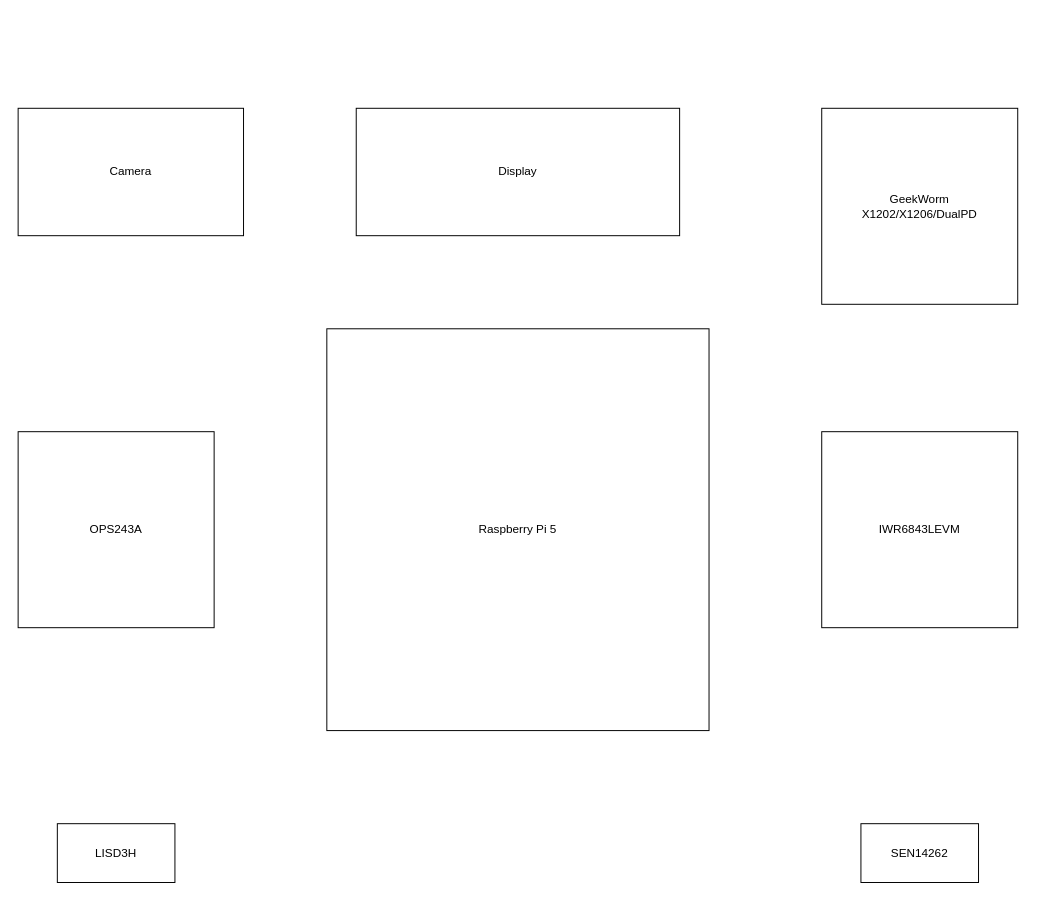
Above: docs/OpenFlight_Block_Diagram.drawio in Robinante/OpenFlight-Radar-Workbench (draw.io), before the change. Source tidied: cells renumbered, new cells numbered last; positions are measured from the earlier drawing's top-left corner, leaving out a move shared by most shapes. Both pictures are drawn from the tidied source at 98%, with x=0, y=0 at pixel (18, 108).
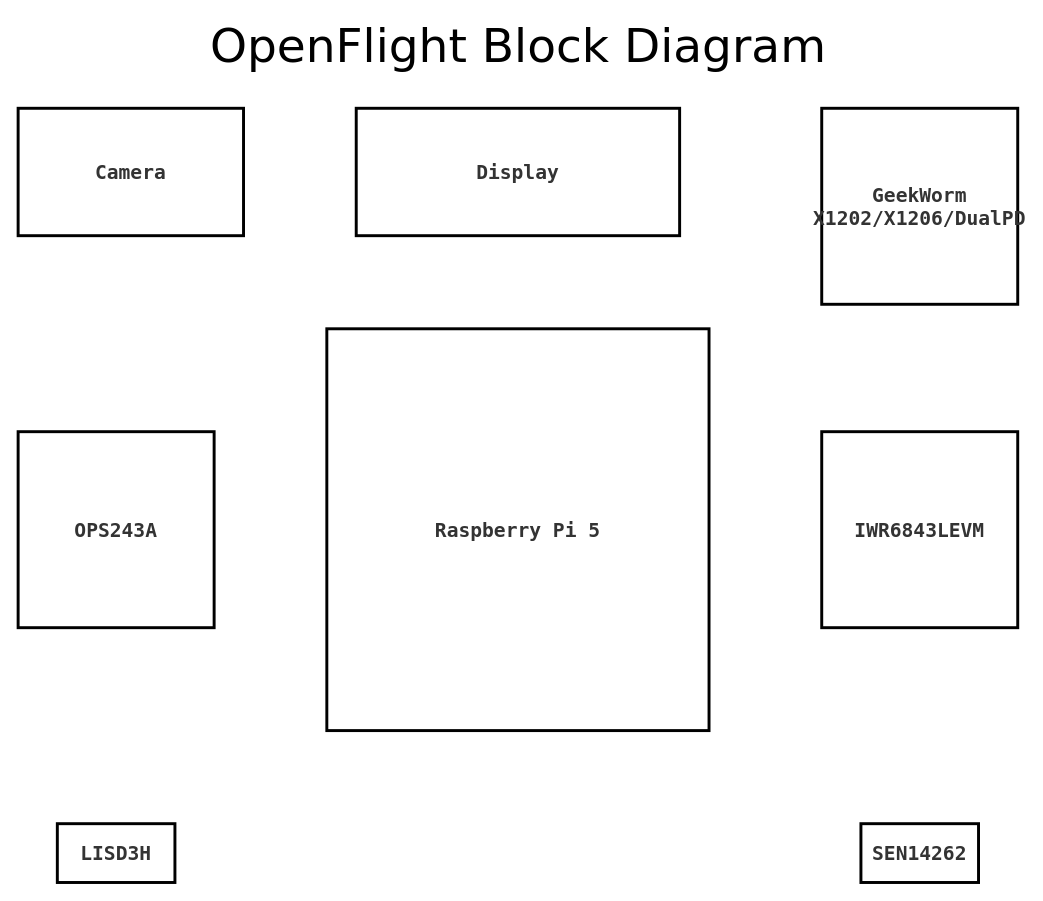
The same diagram, later.

Commit message:
Style and Layout First Draft

The edit, as a diff of the source:
```diff
@@
 <mxGraphModel>
   <root>
     <mxCell id="0" />
     <mxCell id="1" parent="0" />
-    <mxCell id="2" value="Raspberry Pi 5" style="rounded=0;whiteSpace=wrap;html=1;" parent="1" vertex="1">
+    <mxCell id="2" value="Raspberry Pi 5" style="rounded=0;whiteSpace=wrap;fillColor=light-dark(#FFFFFF,#FFFFFF);fontColor=#333333;strokeColor=light-dark(#000000,#000000);perimeterSpacing=0;strokeWidth=3;glass=0;labelBackgroundColor=none;labelBorderColor=none;textShadow=0;fontStyle=1;fontSize=20;fontFamily=Lucida Console;html=1;" parent="1" vertex="1">
       <mxGeometry x="315" y="225" width="390" height="410" as="geometry" />
     </mxCell>
-    <mxCell id="3" value="Display" style="rounded=0;whiteSpace=wrap;html=1;" parent="1" vertex="1">
+    <mxCell id="3" value="Display" style="rounded=0;whiteSpace=wrap;html=1;strokeWidth=3;fontFamily=Lucida Console;fontSize=20;fontColor=#333333;fontStyle=1;align=center;verticalAlign=middle;labelBorderColor=none;labelBackgroundColor=none;" parent="1" vertex="1">
       <mxGeometry x="345" width="330" height="130" as="geometry" />
     </mxCell>
-    <mxCell id="4" value="Camera" style="rounded=0;whiteSpace=wrap;html=1;" parent="1" vertex="1">
+    <mxCell id="4" value="Camera" style="rounded=0;whiteSpace=wrap;html=1;strokeWidth=3;fontFamily=Lucida Console;fontSize=20;fontColor=#333333;fontStyle=1;align=center;verticalAlign=middle;labelBorderColor=none;labelBackgroundColor=none;" parent="1" vertex="1">
       <mxGeometry width="230" height="130" as="geometry" />
     </mxCell>
-    <mxCell id="5" value="SEN14262" style="rounded=0;whiteSpace=wrap;html=1;" parent="1" vertex="1">
+    <mxCell id="5" value="SEN14262" style="rounded=0;whiteSpace=wrap;html=1;strokeWidth=3;fontFamily=Lucida Console;fontSize=20;fontColor=#333333;fontStyle=1;align=center;verticalAlign=middle;labelBorderColor=none;labelBackgroundColor=none;" parent="1" vertex="1">
       <mxGeometry x="860" y="730" width="120" height="60" as="geometry" />
     </mxCell>
-    <mxCell id="6" value="LISD3H" style="rounded=0;whiteSpace=wrap;html=1;" parent="1" vertex="1">
+    <mxCell id="6" value="LISD3H" style="rounded=0;whiteSpace=wrap;html=1;strokeWidth=3;fontFamily=Lucida Console;fontSize=20;fontColor=#333333;fontStyle=1;align=center;verticalAlign=middle;labelBorderColor=none;labelBackgroundColor=none;" parent="1" vertex="1">
       <mxGeometry x="40" y="730" width="120" height="60" as="geometry" />
     </mxCell>
-    <mxCell id="7" value="&lt;div&gt;OPS243A&lt;/div&gt;" style="rounded=0;whiteSpace=wrap;html=1;" parent="1" vertex="1">
+    <mxCell id="7" value="&lt;div&gt;OPS243A&lt;/div&gt;" style="rounded=0;whiteSpace=wrap;html=1;strokeWidth=3;fontFamily=Lucida Console;fontSize=20;fontColor=#333333;fontStyle=1;align=center;verticalAlign=middle;labelBorderColor=none;labelBackgroundColor=none;" parent="1" vertex="1">
       <mxGeometry y="330" width="200" height="200" as="geometry" />
     </mxCell>
-    <mxCell id="8" value="IWR6843LEVM" style="rounded=0;whiteSpace=wrap;html=1;" parent="1" vertex="1">
+    <mxCell id="8" value="IWR6843LEVM" style="rounded=0;whiteSpace=wrap;html=1;strokeWidth=3;fontFamily=Lucida Console;fontSize=20;fontColor=#333333;fontStyle=1;align=center;verticalAlign=middle;labelBorderColor=none;labelBackgroundColor=none;" parent="1" vertex="1">
       <mxGeometry x="820" y="330" width="200" height="200" as="geometry" />
     </mxCell>
-    <mxCell id="9" value="GeekWorm&lt;br&gt;X1202/X1206/DualPD" style="rounded=0;whiteSpace=wrap;html=1;" parent="1" vertex="1">
+    <mxCell id="9" value="GeekWorm&lt;br&gt;X1202/X1206/DualPD" style="rounded=0;whiteSpace=wrap;html=1;strokeWidth=3;fontFamily=Lucida Console;fontSize=20;fontColor=#333333;fontStyle=1;align=center;verticalAlign=middle;labelBorderColor=none;labelBackgroundColor=none;" parent="1" vertex="1">
       <mxGeometry x="820" width="200" height="200" as="geometry" />
     </mxCell>
+    <mxCell id="10" value="OpenFlight Block Diagram" style="text;html=1;whiteSpace=wrap;strokeColor=none;fillColor=none;align=center;verticalAlign=middle;rounded=0;fontSize=48;fontFamily=Verdana;" parent="1" vertex="1">
+      <mxGeometry x="165.5" y="-79" width="689" height="30" as="geometry" />
+    </mxCell>
   </root>
 </mxGraphModel>
```
